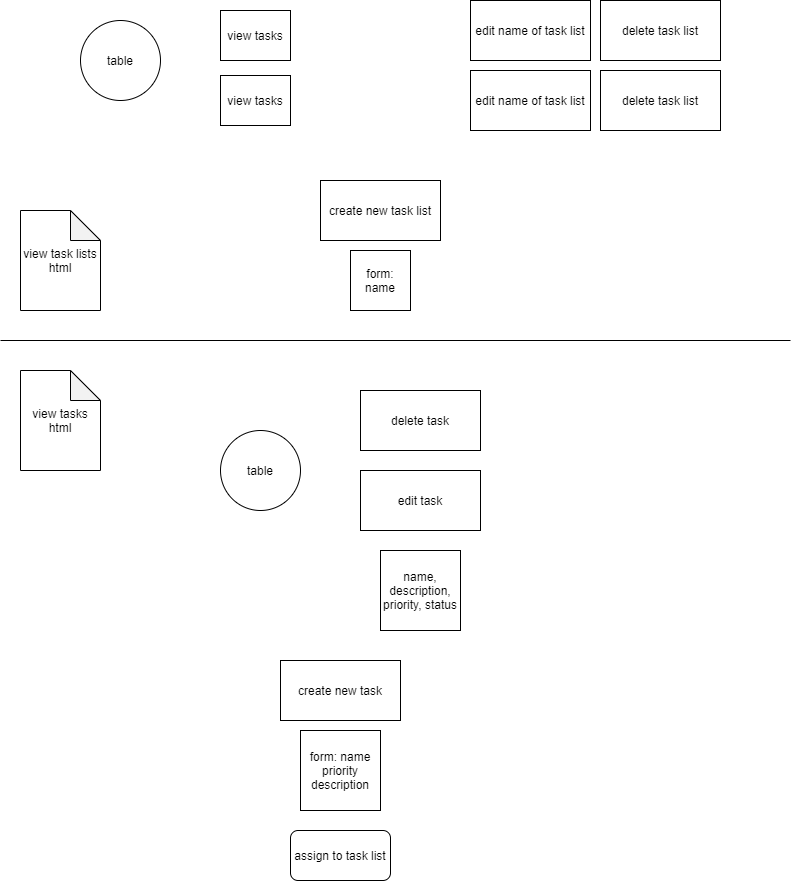
Earlier version of the draw.io export workflow.png (reema-eilouti/ToDo_List). Source tidied: cells renumbered, new cells last; positions are measured from the earlier drawing's top-left corner, leaving out a move shared by most shapes.
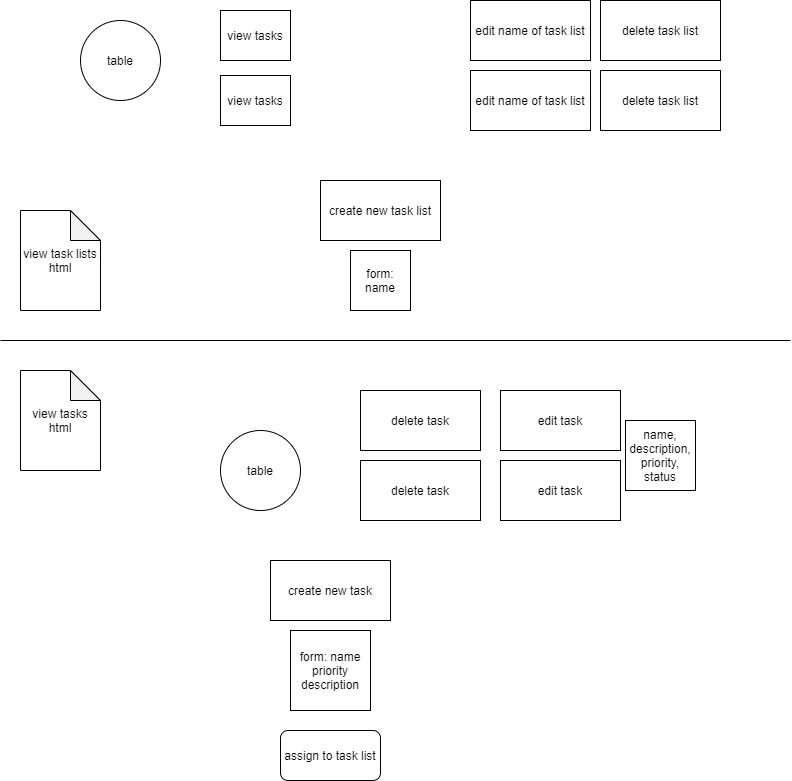
After the change.

Change to the diagram source:
```diff
@@ -27,19 +27,19 @@
       <mxGeometry x="220" y="75" width="70" height="50" as="geometry" />
     </mxCell>
     <mxCell id="10" value="create new task" style="rounded=0;whiteSpace=wrap;html=1;" parent="1" vertex="1">
-      <mxGeometry x="280" y="660" width="120" height="60" as="geometry" />
+      <mxGeometry x="270" y="560" width="120" height="60" as="geometry" />
     </mxCell>
     <mxCell id="11" value="form: name&lt;br&gt;priority&lt;br&gt;description" style="whiteSpace=wrap;html=1;" parent="1" vertex="1">
-      <mxGeometry x="300" y="730" width="80" height="80" as="geometry" />
+      <mxGeometry x="290" y="630" width="80" height="80" as="geometry" />
     </mxCell>
     <mxCell id="12" value="assign to task list" style="rounded=1;whiteSpace=wrap;html=1;" parent="1" vertex="1">
-      <mxGeometry x="290" y="830" width="100" height="50" as="geometry" />
+      <mxGeometry x="280" y="730" width="100" height="50" as="geometry" />
     </mxCell>
     <mxCell id="13" value="edit task" style="rounded=0;whiteSpace=wrap;html=1;" parent="1" vertex="1">
-      <mxGeometry x="360" y="470" width="120" height="60" as="geometry" />
+      <mxGeometry x="500" y="390" width="120" height="60" as="geometry" />
     </mxCell>
     <mxCell id="14" value="name, description, priority, status" style="whiteSpace=wrap;html=1;" parent="1" vertex="1">
-      <mxGeometry x="380" y="550" width="80" height="80" as="geometry" />
+      <mxGeometry x="625" y="420" width="70" height="70" as="geometry" />
     </mxCell>
     <mxCell id="15" value="delete task" style="rounded=0;whiteSpace=wrap;html=1;" parent="1" vertex="1">
       <mxGeometry x="360" y="390" width="120" height="60" as="geometry" />
@@ -62,5 +62,11 @@
     <mxCell id="20" value="table" style="ellipse;whiteSpace=wrap;html=1;" parent="1" vertex="1">
       <mxGeometry x="220" y="430" width="80" height="80" as="geometry" />
     </mxCell>
+    <mxCell id="21" value="edit task" style="rounded=0;whiteSpace=wrap;html=1;" parent="1" vertex="1">
+      <mxGeometry x="500" y="460" width="120" height="60" as="geometry" />
+    </mxCell>
+    <mxCell id="22" value="delete task" style="rounded=0;whiteSpace=wrap;html=1;" parent="1" vertex="1">
+      <mxGeometry x="360" y="460" width="120" height="60" as="geometry" />
+    </mxCell>
   </root>
 </mxGraphModel>
```
